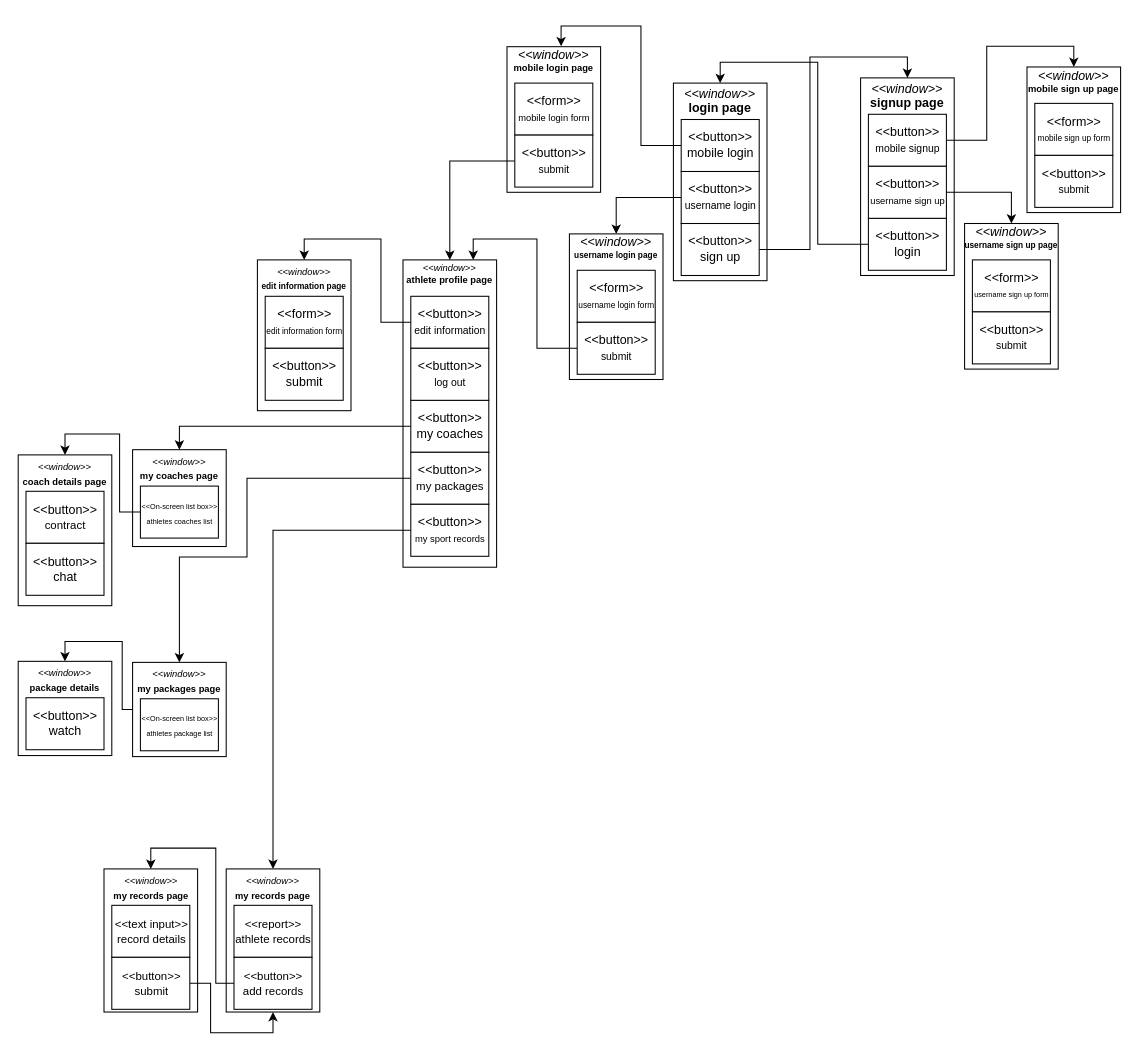
The draw.io diagram Final Presentation/windowNavigationDrawer.drawio in mmohajer9/sama-online-coaching-system, before the edit. Source tidied: cells renumbered, new cells numbered last; positions are measured from the earlier drawing's top-left corner, leaving out a move shared by most shapes. Both pictures are drawn from the tidied source at 104%, with x=0, y=0 at pixel (18, 46).
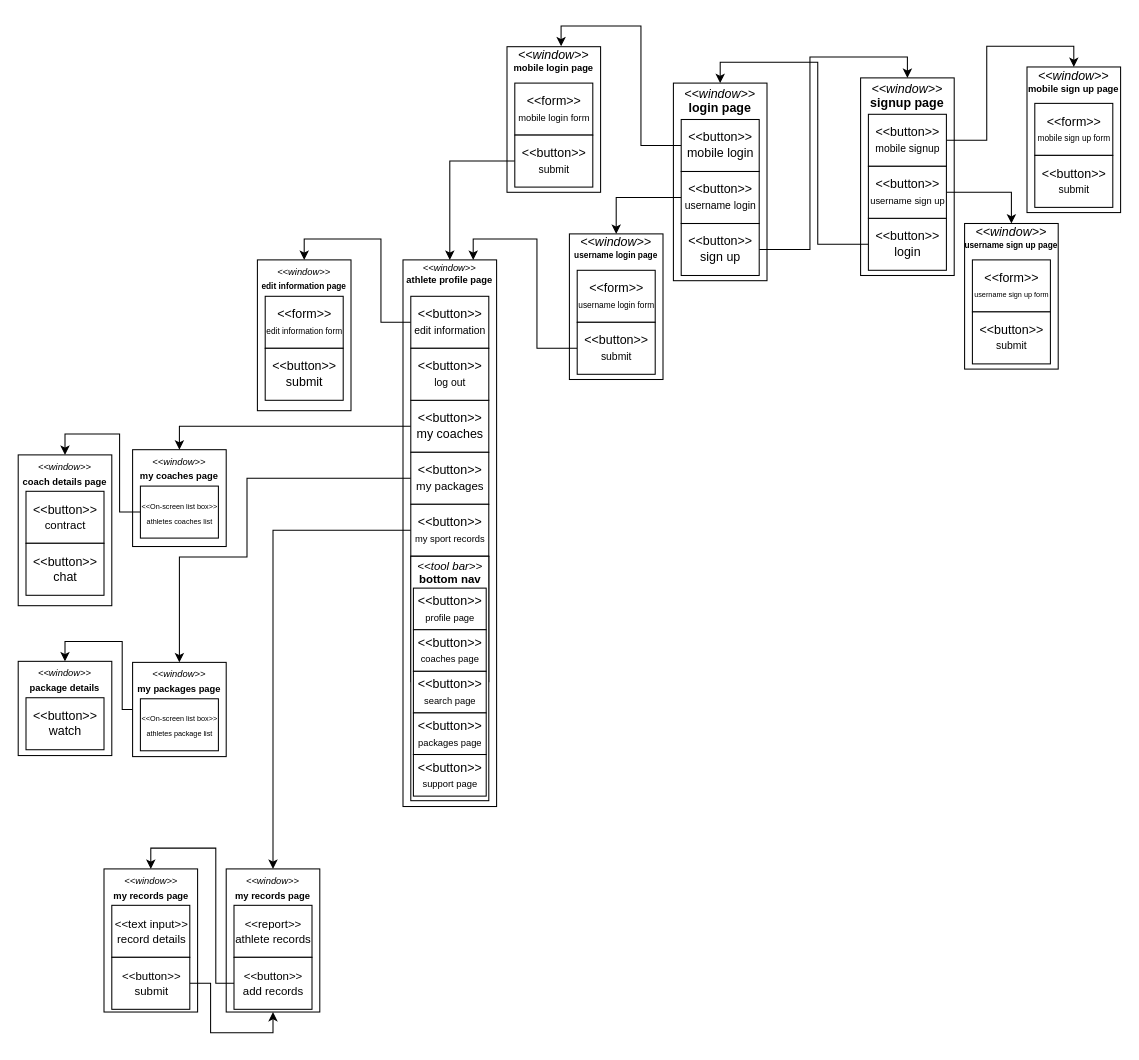
After the change.

Commit message:
bottom navigation bar added

The change refers to these unchanged cells:
```xml
<mxCell id="68" value="&lt;p style=&quot;margin: 4px 0px 0px ; text-align: center&quot;&gt;&lt;i style=&quot;font-size: 9px&quot;&gt;&amp;lt;&amp;lt;window&amp;gt;&amp;gt;&lt;/i&gt;&lt;br&gt;&lt;b&gt;&lt;font style=&quot;font-size: 9px&quot;&gt;my records page&lt;/font&gt;&lt;/b&gt;&lt;/p&gt;&lt;p style=&quot;margin: 0px 0px 0px 4px ; font-size: 9px&quot;&gt;&lt;br&gt;&lt;/p&gt;" style="verticalAlign=top;align=left;overflow=fill;fontSize=12;fontFamily=Helvetica;html=1;" parent="1" vertex="1">
  <mxGeometry x="82.5" y="791" width="90" height="137.6" as="geometry" />
</mxCell>
```

Diff of the diagram source:
```diff
@@
     <mxCell id="24" value="&lt;p style=&quot;margin: 4px 0px 0px ; text-align: center ; font-size: 9px&quot;&gt;&lt;i&gt;&amp;lt;&amp;lt;window&amp;gt;&amp;gt;&lt;/i&gt;&lt;br&gt;&lt;b&gt;&lt;font style=&quot;font-size: 9px&quot;&gt;athlete profile page&lt;/font&gt;&lt;/b&gt;&lt;/p&gt;&lt;p style=&quot;margin: 0px 0px 0px 4px ; font-size: 9px&quot;&gt;&lt;br&gt;&lt;/p&gt;" style="verticalAlign=top;align=left;overflow=fill;fontSize=12;fontFamily=Helvetica;html=1;" parent="1" vertex="1">
-      <mxGeometry x="370" y="205.4" width="90" height="295.5" as="geometry" />
+      <mxGeometry x="370" y="205.4" width="90" height="525.6" as="geometry" />
     </mxCell>
@@
-    <mxCell id="66" style="edgeStyle=orthogonalEdgeStyle;rounded=0;orthogonalLoop=1;jettySize=auto;html=1;exitX=0.5;exitY=1;exitDx=0;exitDy=0;" parent="1" edge="1" source="68" target="68">
-      <mxGeometry relative="1" as="geometry" />
-    </mxCell>
-    <mxCell id="67" style="edgeStyle=orthogonalEdgeStyle;rounded=0;orthogonalLoop=1;jettySize=auto;html=1;exitX=0.5;exitY=1;exitDx=0;exitDy=0;" parent="1" edge="1" source="68" target="68">
-      <mxGeometry relative="1" as="geometry" />
-    </mxCell>
@@
+    <mxCell id="72" style="html=1;" parent="1" vertex="1">
+      <mxGeometry x="377.5" y="490.4" width="75" height="120.6" as="geometry" />
+    </mxCell>
+    <mxCell id="73" value="&lt;p style=&quot;margin: 4px 0px 0px ; text-align: center ; font-size: 11px&quot;&gt;&lt;font style=&quot;font-size: 11px&quot;&gt;&lt;i&gt;&amp;lt;&amp;lt;tool bar&amp;gt;&amp;gt;&lt;/i&gt;&lt;br&gt;&lt;b&gt;bottom nav&lt;/b&gt;&lt;/font&gt;&lt;/p&gt;&lt;p style=&quot;margin: 0px 0px 0px 4px ; font-size: 11px&quot;&gt;&lt;br&gt;&lt;/p&gt;" style="verticalAlign=top;align=left;overflow=fill;fontSize=12;fontFamily=Helvetica;html=1;imageWidth=50;imageHeight=75;" parent="1" vertex="1">
+      <mxGeometry x="377.5" y="490.4" width="75" height="235" as="geometry" />
+    </mxCell>
+    <mxCell id="74" value="&amp;lt;&amp;lt;button&amp;gt;&amp;gt;&lt;br&gt;&lt;font style=&quot;font-size: 9px&quot;&gt;profile page&lt;/font&gt;" style="html=1;" parent="1" vertex="1">
+      <mxGeometry x="380" y="521" width="70" height="40" as="geometry" />
+    </mxCell>
+    <mxCell id="75" value="&amp;lt;&amp;lt;button&amp;gt;&amp;gt;&lt;br&gt;&lt;font style=&quot;font-size: 9px&quot;&gt;coaches page&lt;/font&gt;" style="html=1;" parent="1" vertex="1">
+      <mxGeometry x="380" y="561" width="70" height="40" as="geometry" />
+    </mxCell>
+    <mxCell id="76" value="&amp;lt;&amp;lt;button&amp;gt;&amp;gt;&lt;br&gt;&lt;font style=&quot;font-size: 9px&quot;&gt;search page&lt;/font&gt;" style="html=1;" parent="1" vertex="1">
+      <mxGeometry x="380" y="601" width="70" height="40" as="geometry" />
+    </mxCell>
+    <mxCell id="77" value="&amp;lt;&amp;lt;button&amp;gt;&amp;gt;&lt;br&gt;&lt;font style=&quot;font-size: 9px&quot;&gt;packages page&lt;/font&gt;" style="html=1;" parent="1" vertex="1">
+      <mxGeometry x="380" y="641" width="70" height="40" as="geometry" />
+    </mxCell>
+    <mxCell id="78" value="&amp;lt;&amp;lt;button&amp;gt;&amp;gt;&lt;br&gt;&lt;font style=&quot;font-size: 9px&quot;&gt;support page&lt;/font&gt;" style="html=1;" parent="1" vertex="1">
+      <mxGeometry x="380" y="681" width="70" height="40" as="geometry" />
+    </mxCell>
```
